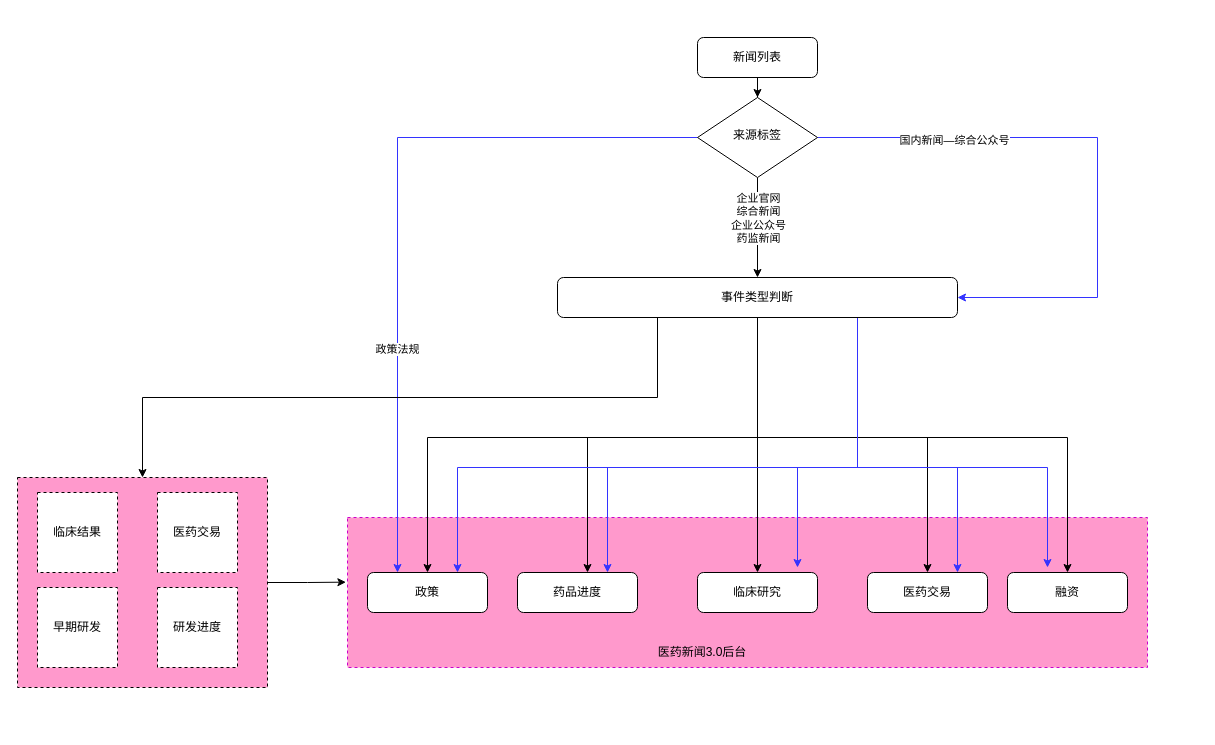
This is 医药新闻.drawio from A1ando/pandas_practices, a draw.io file, before an edit. Source tidied: cells renumbered, new cells numbered last; positions are measured from the earlier drawing's top-left corner, leaving out a move shared by most shapes. Both pictures are drawn from the tidied source at 100%, with x=0, y=0 at pixel (17, 37).
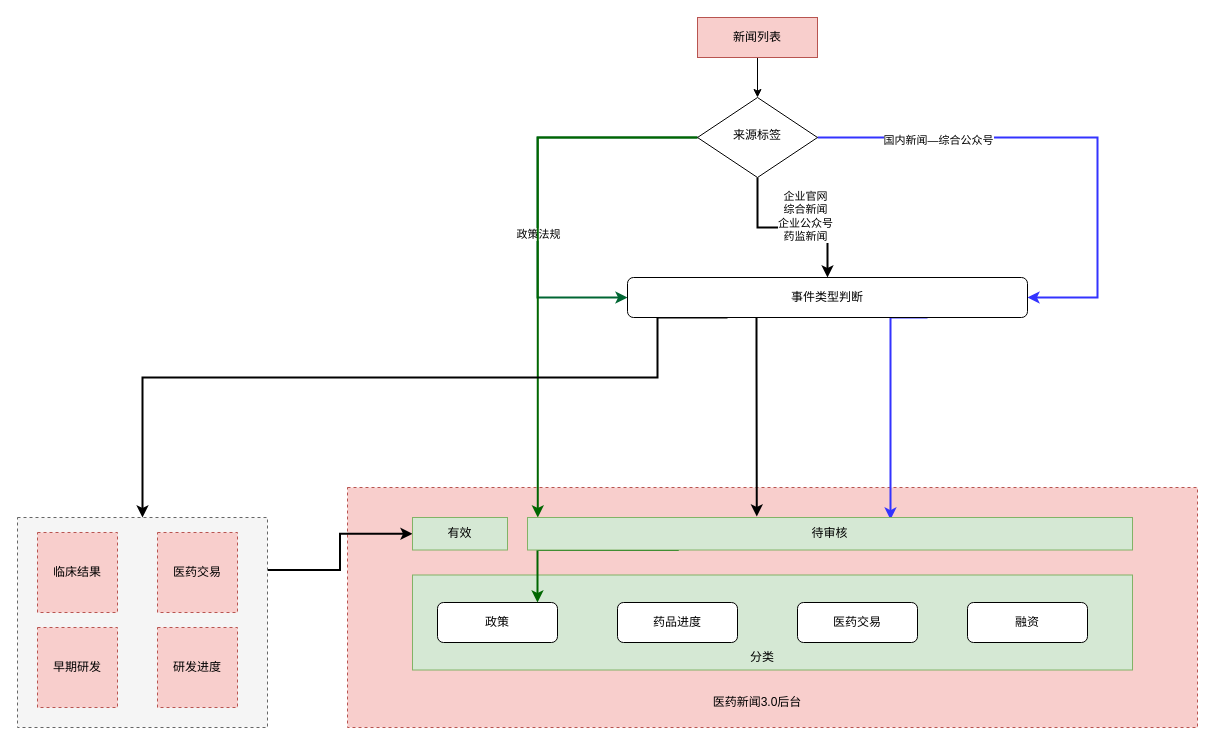
Above is the later version.

Unchanged cells that the change refers to:
```xml
<mxCell id="13" value="来源标签" style="rhombus;whiteSpace=wrap;html=1;shadow=0;fontFamily=Helvetica;fontSize=12;align=center;strokeWidth=1;spacing=6;spacingTop=-4;" parent="1" vertex="1">
  <mxGeometry x="680" y="60" width="120" height="80" as="geometry" />
</mxCell>
```

What changed in the source:
```diff
@@
-    <mxCell id="2" style="edgeStyle=orthogonalEdgeStyle;rounded=0;jettySize=auto;html=1;exitX=1;exitY=0.5;exitDx=0;exitDy=0;entryX=-0.002;entryY=0.431;entryDx=0;entryDy=0;entryPerimeter=0;strokeColor=#000000;" parent="1" edge="1" source="3" target="4">
-      <mxGeometry relative="1" as="geometry" />
-    </mxCell>
+    <mxCell id="4" style="rounded=0;whiteSpace=wrap;html=1;strokeColor=#b85450;dashed=1;fillColor=#f8cecc;" parent="1" vertex="1">
+      <mxGeometry x="330" y="450" width="850" height="240" as="geometry" />
+    </mxCell>
+    <mxCell id="36" style="rounded=0;whiteSpace=wrap;html=1;fillColor=#d5e8d4;strokeColor=#82b366;" parent="1" vertex="1">
+      <mxGeometry x="395" y="537.5" width="720" height="95" as="geometry" />
+    </mxCell>
+    <mxCell id="37" style="edgeStyle=orthogonalEdgeStyle;rounded=0;jettySize=auto;html=1;exitX=1;exitY=0.25;exitDx=0;exitDy=0;entryX=0;entryY=0.5;entryDx=0;entryDy=0;strokeColor=#000000;strokeWidth=2;" parent="1" edge="1" source="3" target="45">
+      <mxGeometry relative="1" as="geometry" />
+    </mxCell>
-    <mxCell id="3" style="rounded=0;whiteSpace=wrap;html=1;dashed=1;fillColor=#FF99CC;" parent="1" vertex="1">
-      <mxGeometry y="440" width="250" height="210" as="geometry" />
+    <mxCell id="3" style="rounded=0;whiteSpace=wrap;html=1;dashed=1;fillColor=#f5f5f5;fontColor=#333333;strokeColor=#666666;" parent="1" vertex="1">
+      <mxGeometry y="480" width="250" height="210" as="geometry" />
     </mxCell>
-    <mxCell id="4" style="rounded=0;whiteSpace=wrap;html=1;strokeColor=#CC00CC;dashed=1;fillColor=#FF99CC;" parent="1" vertex="1">
-      <mxGeometry x="330" y="480" width="800" height="150" as="geometry" />
-    </mxCell>
@@
-    <mxCell id="6" value="新闻列表" style="rounded=1;whiteSpace=wrap;html=1;fontSize=12;glass=0;strokeWidth=1;shadow=0;" parent="1" vertex="1">
-      <mxGeometry x="680" width="120" height="40" as="geometry" />
+    <mxCell id="6" value="新闻列表" style="rounded=1;whiteSpace=wrap;html=1;fontSize=12;glass=0;strokeWidth=1;shadow=0;fillColor=#f8cecc;strokeColor=#b85450;sketch=0;arcSize=0;" parent="1" vertex="1">
+      <mxGeometry x="680" y="-20" width="120" height="40" as="geometry" />
     </mxCell>
-    <mxCell id="7" style="edgeStyle=orthogonalEdgeStyle;rounded=0;jettySize=auto;html=1;strokeColor=#3333FF;" parent="1" edge="1" source="13" target="14">
-      <mxGeometry relative="1" as="geometry">
-        <Array as="points">
-          <mxPoint x="380" y="100" />
-        </Array>
-      </mxGeometry>
-    </mxCell>
-    <mxCell id="8" value="政策法规" style="edgeLabel;html=1;align=center;verticalAlign=middle;" parent="7" vertex="1">
-      <mxGeometry x="0.17" y="-1" relative="1" as="geometry">
-        <mxPoint y="81" as="offset" />
-      </mxGeometry>
-    </mxCell>
-    <mxCell id="9" style="edgeStyle=orthogonalEdgeStyle;rounded=0;jettySize=auto;html=1;" parent="1" edge="1" source="13" target="26">
+    <mxCell id="9" style="edgeStyle=orthogonalEdgeStyle;rounded=0;jettySize=auto;html=1;strokeWidth=2;" parent="1" edge="1" source="13" target="26">
       <mxGeometry relative="1" as="geometry" />
     </mxCell>
@@
-    <mxCell id="11" style="edgeStyle=orthogonalEdgeStyle;rounded=0;jettySize=auto;html=1;exitX=1;exitY=0.5;exitDx=0;exitDy=0;entryX=1;entryY=0.5;entryDx=0;entryDy=0;strokeColor=#3333FF;" parent="1" edge="1" source="13" target="26">
+    <mxCell id="11" style="edgeStyle=orthogonalEdgeStyle;rounded=0;jettySize=auto;html=1;exitX=1;exitY=0.5;exitDx=0;exitDy=0;entryX=1;entryY=0.5;entryDx=0;entryDy=0;strokeColor=#3333FF;strokeWidth=2;" parent="1" edge="1" source="13" target="26">
       <mxGeometry relative="1" as="geometry">
         <Array as="points">
           <mxPoint x="1080" y="100" />
           <mxPoint x="1080" y="260" />
         </Array>
       </mxGeometry>
     </mxCell>
@@
+    <mxCell id="38" style="edgeStyle=orthogonalEdgeStyle;rounded=0;jettySize=auto;html=1;entryX=0;entryY=0.5;entryDx=0;entryDy=0;strokeColor=#006633;strokeWidth=2;" parent="1" edge="1" source="13" target="26">
+      <mxGeometry relative="1" as="geometry">
+        <Array as="points">
+          <mxPoint x="520" y="100" />
+          <mxPoint x="520" y="260" />
+        </Array>
+      </mxGeometry>
+    </mxCell>
+    <mxCell id="8" value="政策法规" style="edgeLabel;html=1;align=center;verticalAlign=middle;" parent="38" vertex="1">
+      <mxGeometry x="0.38" y="1" relative="1" as="geometry">
+        <mxPoint x="-1" y="-27" as="offset" />
+      </mxGeometry>
+    </mxCell>
+    <mxCell id="39" style="edgeStyle=orthogonalEdgeStyle;rounded=0;jettySize=auto;html=1;entryX=0.017;entryY=0;entryDx=0;entryDy=0;entryPerimeter=0;strokeColor=#006600;strokeWidth=2;" parent="1" edge="1" source="13" target="44">
+      <mxGeometry relative="1" as="geometry">
+        <Array as="points">
+          <mxPoint x="520" y="100" />
+        </Array>
+      </mxGeometry>
+    </mxCell>
@@
     <mxCell id="14" value="政策" style="rounded=1;whiteSpace=wrap;html=1;fontSize=12;glass=0;strokeWidth=1;shadow=0;" parent="1" vertex="1">
-      <mxGeometry x="350" y="535" width="120" height="40" as="geometry" />
+      <mxGeometry x="420" y="565" width="120" height="40" as="geometry" />
     </mxCell>
-    <mxCell id="15" style="edgeStyle=orthogonalEdgeStyle;rounded=0;jettySize=auto;html=1;entryX=0.5;entryY=0;entryDx=0;entryDy=0;" parent="1" edge="1" source="26" target="14">
-      <mxGeometry relative="1" as="geometry">
-        <Array as="points">
-          <mxPoint x="740" y="400" />
-          <mxPoint x="410" y="400" />
-        </Array>
-      </mxGeometry>
-    </mxCell>
-    <mxCell id="16" style="edgeStyle=orthogonalEdgeStyle;rounded=0;jettySize=auto;html=1;" parent="1" edge="1" source="26" target="27">
-      <mxGeometry relative="1" as="geometry">
-        <Array as="points">
-          <mxPoint x="740" y="400" />
-          <mxPoint x="570" y="400" />
-        </Array>
-      </mxGeometry>
-    </mxCell>
-    <mxCell id="17" style="edgeStyle=orthogonalEdgeStyle;rounded=0;jettySize=auto;html=1;" parent="1" edge="1" source="26" target="28">
-      <mxGeometry relative="1" as="geometry" />
-    </mxCell>
-    <mxCell id="18" style="edgeStyle=orthogonalEdgeStyle;rounded=0;jettySize=auto;html=1;" parent="1" edge="1" source="26" target="30">
-      <mxGeometry relative="1" as="geometry">
-        <Array as="points">
-          <mxPoint x="740" y="400" />
-          <mxPoint x="910" y="400" />
-        </Array>
-      </mxGeometry>
-    </mxCell>
-    <mxCell id="19" style="edgeStyle=orthogonalEdgeStyle;rounded=0;jettySize=auto;html=1;" parent="1" edge="1" source="26" target="31">
-      <mxGeometry relative="1" as="geometry">
-        <Array as="points">
-          <mxPoint x="740" y="400" />
-          <mxPoint x="1050" y="400" />
-        </Array>
-      </mxGeometry>
-    </mxCell>
-    <mxCell id="20" style="edgeStyle=orthogonalEdgeStyle;rounded=0;jettySize=auto;html=1;exitX=0.75;exitY=1;exitDx=0;exitDy=0;entryX=0.75;entryY=0;entryDx=0;entryDy=0;strokeColor=#3333FF;" parent="1" edge="1" source="26" target="14">
-      <mxGeometry relative="1" as="geometry">
-        <Array as="points">
-          <mxPoint x="840" y="430" />
-          <mxPoint x="440" y="430" />
-        </Array>
-      </mxGeometry>
-    </mxCell>
-    <mxCell id="21" style="edgeStyle=orthogonalEdgeStyle;rounded=0;jettySize=auto;html=1;exitX=0.75;exitY=1;exitDx=0;exitDy=0;entryX=0.75;entryY=0;entryDx=0;entryDy=0;strokeColor=#3333FF;" parent="1" edge="1" source="26" target="27">
-      <mxGeometry relative="1" as="geometry">
-        <Array as="points">
-          <mxPoint x="840" y="430" />
-          <mxPoint x="590" y="430" />
-        </Array>
-      </mxGeometry>
-    </mxCell>
-    <mxCell id="22" style="edgeStyle=orthogonalEdgeStyle;rounded=0;jettySize=auto;html=1;exitX=0.75;exitY=1;exitDx=0;exitDy=0;strokeColor=#3333FF;" parent="1" edge="1" source="26">
-      <mxGeometry relative="1" as="geometry">
-        <mxPoint x="780" y="530" as="targetPoint" />
-        <Array as="points">
-          <mxPoint x="840" y="430" />
-          <mxPoint x="780" y="430" />
-        </Array>
-      </mxGeometry>
-    </mxCell>
-    <mxCell id="23" style="edgeStyle=orthogonalEdgeStyle;rounded=0;jettySize=auto;html=1;exitX=0.75;exitY=1;exitDx=0;exitDy=0;entryX=0.75;entryY=0;entryDx=0;entryDy=0;strokeColor=#3333FF;" parent="1" edge="1" source="26" target="30">
-      <mxGeometry relative="1" as="geometry">
-        <Array as="points">
-          <mxPoint x="840" y="430" />
-          <mxPoint x="940" y="430" />
-        </Array>
-      </mxGeometry>
-    </mxCell>
-    <mxCell id="24" style="edgeStyle=orthogonalEdgeStyle;rounded=0;jettySize=auto;html=1;exitX=0.75;exitY=1;exitDx=0;exitDy=0;strokeColor=#3333FF;" parent="1" edge="1" source="26">
-      <mxGeometry relative="1" as="geometry">
-        <mxPoint x="1030" y="530" as="targetPoint" />
-        <Array as="points">
-          <mxPoint x="840" y="430" />
-          <mxPoint x="1030" y="430" />
-        </Array>
-      </mxGeometry>
-    </mxCell>
-    <mxCell id="25" style="edgeStyle=orthogonalEdgeStyle;rounded=0;jettySize=auto;html=1;exitX=0.25;exitY=1;exitDx=0;exitDy=0;strokeColor=#000000;entryX=0.5;entryY=0;entryDx=0;entryDy=0;" parent="1" edge="1" source="26" target="3">
-      <mxGeometry relative="1" as="geometry" />
+    <mxCell id="25" style="edgeStyle=orthogonalEdgeStyle;rounded=0;jettySize=auto;html=1;exitX=0.25;exitY=1;exitDx=0;exitDy=0;strokeColor=#000000;entryX=0.5;entryY=0;entryDx=0;entryDy=0;strokeWidth=2;" parent="1" edge="1" source="26" target="3">
+      <mxGeometry relative="1" as="geometry">
+        <Array as="points">
+          <mxPoint x="640" y="340" />
+          <mxPoint x="125" y="340" />
+        </Array>
+      </mxGeometry>
     </mxCell>
+    <mxCell id="40" style="edgeStyle=orthogonalEdgeStyle;rounded=0;jettySize=auto;html=1;exitX=0.75;exitY=1;exitDx=0;exitDy=0;entryX=0.6;entryY=0.062;entryDx=0;entryDy=0;entryPerimeter=0;strokeColor=#3333FF;strokeWidth=2;" parent="1" edge="1" source="26" target="44">
+      <mxGeometry relative="1" as="geometry">
+        <Array as="points">
+          <mxPoint x="873" y="280" />
+        </Array>
+      </mxGeometry>
+    </mxCell>
+    <mxCell id="41" style="edgeStyle=orthogonalEdgeStyle;rounded=0;jettySize=auto;html=1;entryX=0.379;entryY=-0.031;entryDx=0;entryDy=0;entryPerimeter=0;strokeColor=#000000;strokeWidth=2;" parent="1" edge="1" source="26" target="44">
+      <mxGeometry relative="1" as="geometry">
+        <Array as="points">
+          <mxPoint x="739" y="320" />
+          <mxPoint x="739" y="320" />
+        </Array>
+      </mxGeometry>
+    </mxCell>
     <mxCell id="26" value="事件类型判断" style="rounded=1;whiteSpace=wrap;html=1;" parent="1" vertex="1">
-      <mxGeometry x="540" y="240" width="400" height="40" as="geometry" />
+      <mxGeometry x="610" y="240" width="400" height="40" as="geometry" />
     </mxCell>
     <mxCell id="27" value="药品进度" style="rounded=1;whiteSpace=wrap;html=1;fontSize=12;glass=0;strokeWidth=1;shadow=0;" parent="1" vertex="1">
-      <mxGeometry x="500" y="535" width="120" height="40" as="geometry" />
+      <mxGeometry x="600" y="565" width="120" height="40" as="geometry" />
     </mxCell>
-    <mxCell id="28" value="临床研究" style="rounded=1;whiteSpace=wrap;html=1;fontSize=12;glass=0;strokeWidth=1;shadow=0;" parent="1" vertex="1">
-      <mxGeometry x="680" y="535" width="120" height="40" as="geometry" />
-    </mxCell>
-    <mxCell id="29" value="医药新闻3.0后台" style="text;html=1;strokeColor=none;fillColor=none;align=center;verticalAlign=middle;whiteSpace=wrap;rounded=0;" parent="1" vertex="1">
-      <mxGeometry x="630" y="600" width="110" height="30" as="geometry" />
-    </mxCell>
     <mxCell id="30" value="医药交易" style="rounded=1;whiteSpace=wrap;html=1;fontSize=12;glass=0;strokeWidth=1;shadow=0;" parent="1" vertex="1">
-      <mxGeometry x="850" y="535" width="120" height="40" as="geometry" />
+      <mxGeometry x="780" y="565" width="120" height="40" as="geometry" />
     </mxCell>
     <mxCell id="31" value="融资" style="rounded=1;whiteSpace=wrap;html=1;fontSize=12;glass=0;strokeWidth=1;shadow=0;" parent="1" vertex="1">
-      <mxGeometry x="990" y="535" width="120" height="40" as="geometry" />
+      <mxGeometry x="950" y="565" width="120" height="40" as="geometry" />
     </mxCell>
-    <mxCell id="32" value="临床结果" style="whiteSpace=wrap;html=1;dashed=1;" parent="1" vertex="1">
-      <mxGeometry x="20" y="455" width="80" height="80" as="geometry" />
+    <mxCell id="32" value="临床结果" style="whiteSpace=wrap;html=1;dashed=1;fillColor=#f8cecc;strokeColor=#b85450;" parent="1" vertex="1">
+      <mxGeometry x="20" y="495" width="80" height="80" as="geometry" />
     </mxCell>
-    <mxCell id="33" value="医药交易" style="whiteSpace=wrap;html=1;dashed=1;" parent="1" vertex="1">
-      <mxGeometry x="140" y="455" width="80" height="80" as="geometry" />
+    <mxCell id="33" value="医药交易" style="whiteSpace=wrap;html=1;dashed=1;fillColor=#f8cecc;strokeColor=#b85450;" parent="1" vertex="1">
+      <mxGeometry x="140" y="495" width="80" height="80" as="geometry" />
     </mxCell>
-    <mxCell id="34" value="早期研发" style="whiteSpace=wrap;html=1;dashed=1;" parent="1" vertex="1">
-      <mxGeometry x="20" y="550" width="80" height="80" as="geometry" />
+    <mxCell id="34" value="早期研发" style="whiteSpace=wrap;html=1;dashed=1;fillColor=#f8cecc;strokeColor=#b85450;" parent="1" vertex="1">
+      <mxGeometry x="20" y="590" width="80" height="80" as="geometry" />
     </mxCell>
-    <mxCell id="35" value="研发进度" style="whiteSpace=wrap;html=1;dashed=1;" parent="1" vertex="1">
-      <mxGeometry x="140" y="550" width="80" height="80" as="geometry" />
+    <mxCell id="35" value="研发进度" style="whiteSpace=wrap;html=1;dashed=1;fillColor=#f8cecc;strokeColor=#b85450;" parent="1" vertex="1">
+      <mxGeometry x="140" y="590" width="80" height="80" as="geometry" />
     </mxCell>
+    <mxCell id="42" value="分类" style="text;html=1;strokeColor=none;fillColor=none;align=center;verticalAlign=middle;whiteSpace=wrap;rounded=0;" parent="1" vertex="1">
+      <mxGeometry x="690" y="605" width="110" height="30" as="geometry" />
+    </mxCell>
+    <mxCell id="29" value="医药新闻3.0后台" style="text;html=1;strokeColor=none;fillColor=none;align=center;verticalAlign=middle;whiteSpace=wrap;rounded=0;" parent="1" vertex="1">
+      <mxGeometry x="685" y="650" width="110" height="30" as="geometry" />
+    </mxCell>
+    <mxCell id="43" style="edgeStyle=orthogonalEdgeStyle;rounded=0;jettySize=auto;html=1;exitX=0.25;exitY=1;exitDx=0;exitDy=0;strokeColor=#006600;strokeWidth=2;" parent="1" edge="1" source="44">
+      <mxGeometry relative="1" as="geometry">
+        <mxPoint x="520" y="565" as="targetPoint" />
+        <Array as="points">
+          <mxPoint x="520" y="513" />
+          <mxPoint x="520" y="565" />
+        </Array>
+      </mxGeometry>
+    </mxCell>
+    <mxCell id="44" value="待审核" style="rounded=0;whiteSpace=wrap;html=1;fillColor=#d5e8d4;strokeColor=#82b366;" parent="1" vertex="1">
+      <mxGeometry x="510" y="480" width="605" height="32.5" as="geometry" />
+    </mxCell>
+    <mxCell id="45" value="有效" style="rounded=0;whiteSpace=wrap;html=1;fillColor=#d5e8d4;strokeColor=#82b366;" parent="1" vertex="1">
+      <mxGeometry x="395" y="480" width="95" height="32.5" as="geometry" />
+    </mxCell>
```
